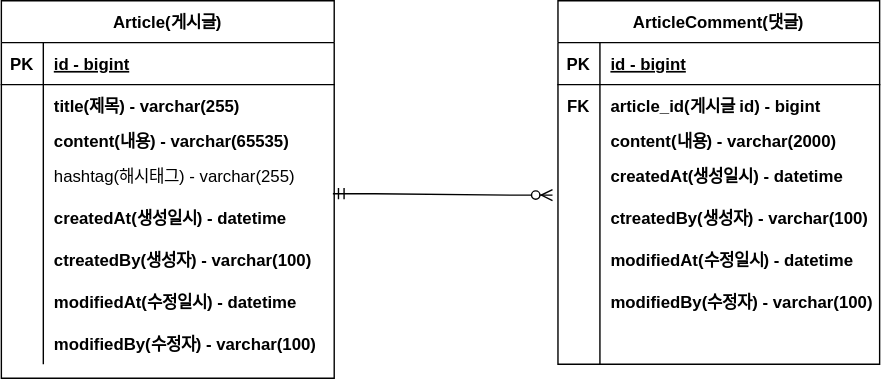
The draw.io diagram document/project-board-ERD.svg in Anyohan/project-board-spring, before a commit. Source tidied: cells renumbered, new cells last; positions are measured from the earlier drawing's top-left corner, leaving out a move shared by most shapes.
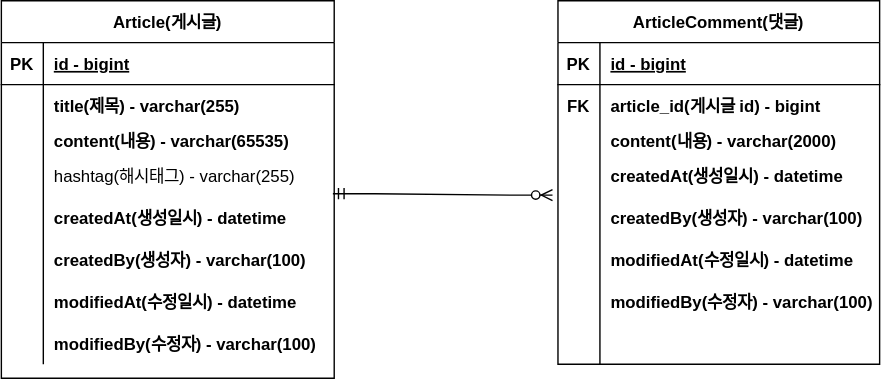
Later version of the same file.

Commit message:
#7 - ERD 오타수정 Update project-board-ERD.svg

What changed in the source:
```diff
@@ -56,7 +56,7 @@
     <mxCell id="19" style="shape=partialRectangle;fillColor=none;top=0;left=0;bottom=0;right=0;overflow=hidden;" parent="18" vertex="1">
       <mxGeometry width="30" height="30" as="geometry" />
     </mxCell>
-    <mxCell id="20" value="ctreatedBy(생성자) - varchar(100)" style="shape=partialRectangle;fillColor=none;top=0;left=0;bottom=0;right=0;align=left;spacingLeft=6;overflow=hidden;fontStyle=1;" parent="18" vertex="1">
+    <mxCell id="20" value="createdBy(생성자) - varchar(100)" style="shape=partialRectangle;fillColor=none;top=0;left=0;bottom=0;right=0;align=left;spacingLeft=6;overflow=hidden;fontStyle=1;" parent="18" vertex="1">
       <mxGeometry x="30" width="208" height="30" as="geometry" />
     </mxCell>
     <mxCell id="21" style="shape=tableRow;horizontal=0;startSize=0;swimlaneHead=0;swimlaneBody=0;fillColor=none;top=0;left=0;right=0;bottom=0;" parent="2" vertex="1">
@@ -122,7 +122,7 @@
     <mxCell id="41" style="shape=partialRectangle;fillColor=none;top=0;left=0;bottom=0;right=0;overflow=hidden;" parent="40" vertex="1">
       <mxGeometry width="30" height="30" as="geometry" />
     </mxCell>
-    <mxCell id="42" value="ctreatedBy(생성자) - varchar(100)" style="shape=partialRectangle;fillColor=none;top=0;left=0;bottom=0;right=0;align=left;spacingLeft=6;overflow=hidden;fontStyle=1;" parent="40" vertex="1">
+    <mxCell id="42" value="createdBy(생성자) - varchar(100)" style="shape=partialRectangle;fillColor=none;top=0;left=0;bottom=0;right=0;align=left;spacingLeft=6;overflow=hidden;fontStyle=1;" parent="40" vertex="1">
       <mxGeometry x="30" width="200" height="30" as="geometry" />
     </mxCell>
     <mxCell id="43" style="shape=tableRow;horizontal=0;startSize=0;swimlaneHead=0;swimlaneBody=0;fillColor=none;top=0;left=0;right=0;bottom=0;" parent="27" vertex="1">
```
